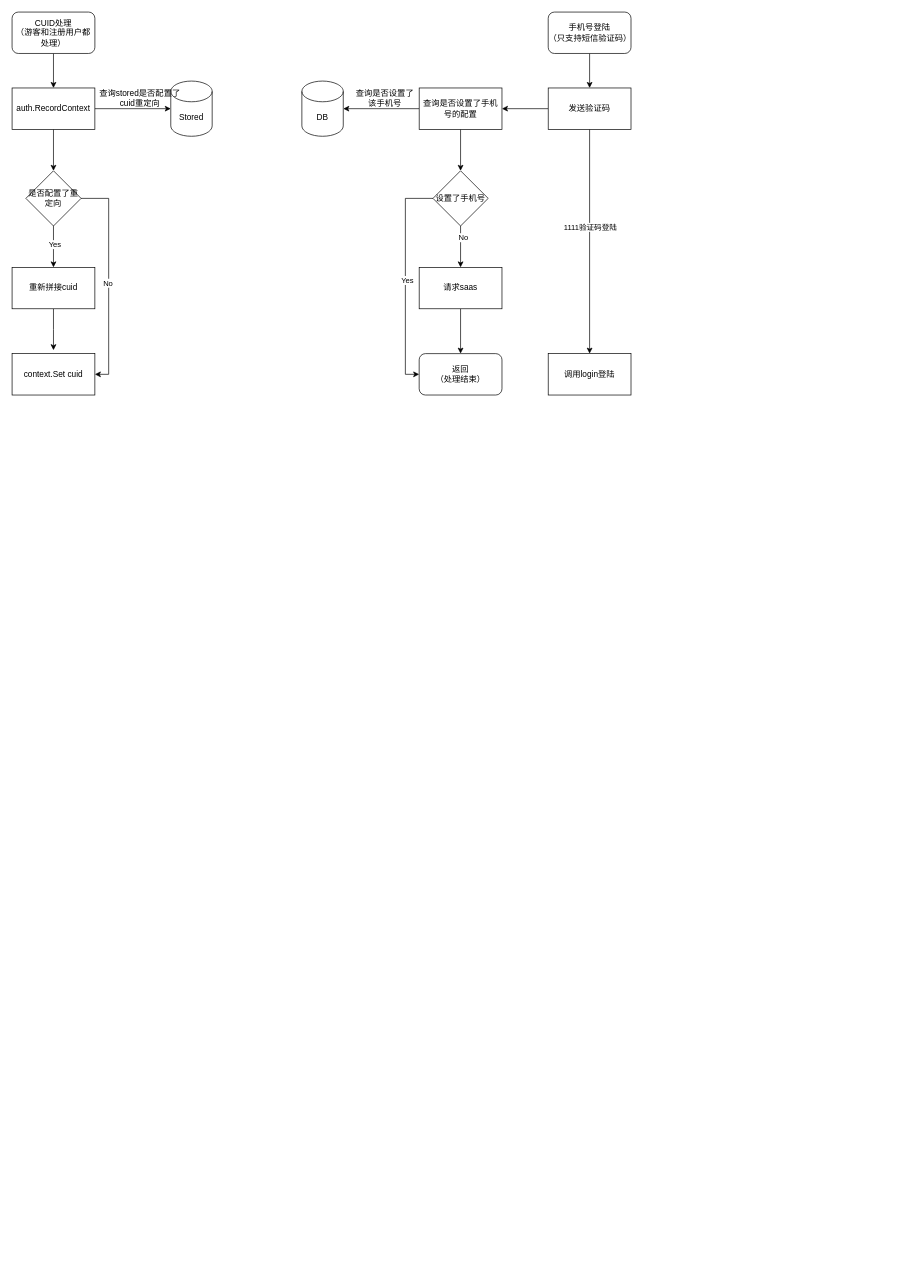
The draw.io diagram 模拟新账户.drawio in wgyuuu/flow_chart, before the edit. Source tidied: cells renumbered, new cells numbered last; positions are measured from the earlier drawing's top-left corner, leaving out a move shared by most shapes. Both pictures are drawn from the tidied source at 69%, with x=0, y=0 at pixel (12, 12).
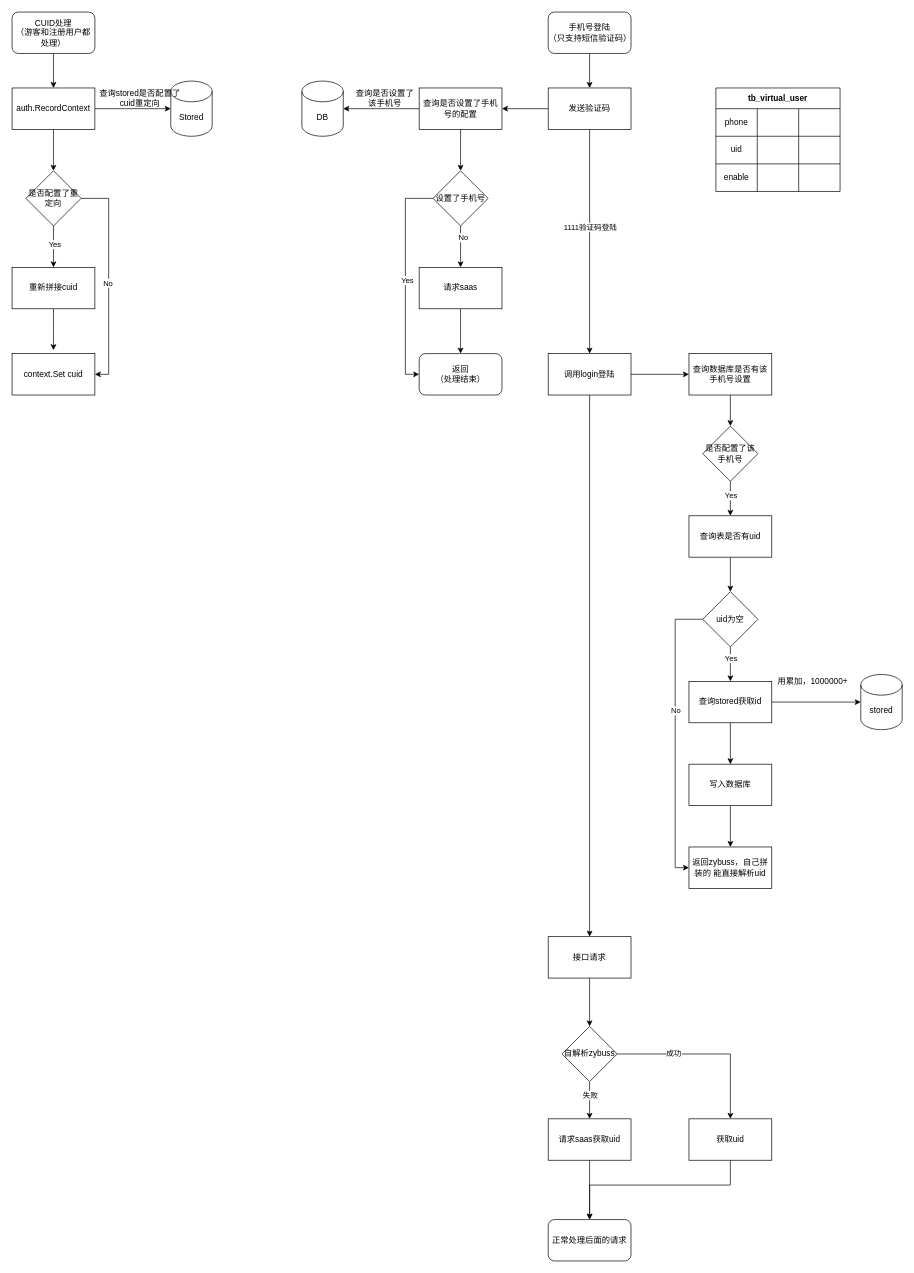
The same page after the edit.

Commit message (it also covers changes not shown here):
Update 模拟新账户.drawio

The change refers to these unchanged cells:
```xml
<mxCell id="36" value="调用login登陆" style="rounded=0;whiteSpace=wrap;html=1;" parent="1" vertex="1">
  <mxGeometry x="777" y="495" width="120" height="60" as="geometry" />
</mxCell>
```

The edit, as a diff of the source:
```diff
@@
+    <mxCell id="37" style="edgeStyle=orthogonalEdgeStyle;rounded=0;jettySize=auto;html=1;entryX=0;entryY=0.5;entryDx=0;entryDy=0;" parent="1" edge="1" source="36" target="40">
+      <mxGeometry relative="1" as="geometry" />
+    </mxCell>
+    <mxCell id="38" style="edgeStyle=orthogonalEdgeStyle;rounded=0;jettySize=auto;html=1;" parent="1" edge="1" source="36" target="73">
+      <mxGeometry relative="1" as="geometry" />
+    </mxCell>
@@
+    <mxCell id="39" style="edgeStyle=orthogonalEdgeStyle;rounded=0;jettySize=auto;html=1;entryX=0.5;entryY=0;entryDx=0;entryDy=0;" parent="1" edge="1" source="40" target="43">
+      <mxGeometry relative="1" as="geometry" />
+    </mxCell>
+    <mxCell id="40" value="查询数据库是否有该手机号设置" style="rounded=0;whiteSpace=wrap;html=1;" parent="1" vertex="1">
+      <mxGeometry x="981" y="495" width="120" height="60" as="geometry" />
+    </mxCell>
+    <mxCell id="41" style="edgeStyle=orthogonalEdgeStyle;rounded=0;jettySize=auto;html=1;entryX=0.5;entryY=0;entryDx=0;entryDy=0;" parent="1" edge="1" source="43" target="45">
+      <mxGeometry relative="1" as="geometry" />
+    </mxCell>
+    <mxCell id="42" value="Yes" style="edgeLabel;html=1;align=center;verticalAlign=middle;" parent="41" vertex="1">
+      <mxGeometry x="-0.2" relative="1" as="geometry" />
+    </mxCell>
+    <mxCell id="43" value="是否配置了该手机号" style="rhombus;whiteSpace=wrap;html=1;" parent="1" vertex="1">
+      <mxGeometry x="1001" y="600" width="80" height="80" as="geometry" />
+    </mxCell>
+    <mxCell id="44" style="edgeStyle=orthogonalEdgeStyle;rounded=0;jettySize=auto;html=1;entryX=0.5;entryY=0;entryDx=0;entryDy=0;" parent="1" edge="1" source="45" target="63">
+      <mxGeometry relative="1" as="geometry" />
+    </mxCell>
+    <mxCell id="45" value="查询表是否有uid" style="rounded=0;whiteSpace=wrap;html=1;" parent="1" vertex="1">
+      <mxGeometry x="981" y="730" width="120" height="60" as="geometry" />
+    </mxCell>
+    <mxCell id="46" value="tb_virtual_user" style="shape=table;startSize=30;childLayout=tableLayout;fontStyle=1;align=center;" parent="1" vertex="1">
+      <mxGeometry x="1020" y="110" width="180" height="150" as="geometry" />
+    </mxCell>
+    <mxCell id="47" style="shape=partialRectangle;html=1;whiteSpace=wrap;fillColor=none;top=0;left=0;bottom=0;right=0;" parent="46" vertex="1">
+      <mxGeometry y="30" width="180" height="40" as="geometry" />
+    </mxCell>
+    <mxCell id="48" value="phone" style="shape=partialRectangle;html=1;whiteSpace=wrap;fillColor=none;top=0;left=0;bottom=0;right=0;overflow=hidden;" parent="47" vertex="1">
+      <mxGeometry width="60" height="40" as="geometry" />
+    </mxCell>
+    <mxCell id="49" style="shape=partialRectangle;html=1;whiteSpace=wrap;fillColor=none;top=0;left=0;bottom=0;right=0;overflow=hidden;" parent="47" vertex="1">
+      <mxGeometry x="60" width="60" height="40" as="geometry" />
+    </mxCell>
+    <mxCell id="50" style="shape=partialRectangle;html=1;whiteSpace=wrap;fillColor=none;top=0;left=0;bottom=0;right=0;overflow=hidden;" parent="47" vertex="1">
+      <mxGeometry x="120" width="60" height="40" as="geometry" />
+    </mxCell>
+    <mxCell id="51" style="shape=partialRectangle;html=1;whiteSpace=wrap;fillColor=none;top=0;left=0;bottom=0;right=0;" parent="46" vertex="1">
+      <mxGeometry y="70" width="180" height="40" as="geometry" />
+    </mxCell>
+    <mxCell id="52" value="uid" style="shape=partialRectangle;html=1;whiteSpace=wrap;fillColor=none;top=0;left=0;bottom=0;right=0;overflow=hidden;" parent="51" vertex="1">
+      <mxGeometry width="60" height="40" as="geometry" />
+    </mxCell>
+    <mxCell id="53" style="shape=partialRectangle;html=1;whiteSpace=wrap;fillColor=none;top=0;left=0;bottom=0;right=0;overflow=hidden;" parent="51" vertex="1">
+      <mxGeometry x="60" width="60" height="40" as="geometry" />
+    </mxCell>
+    <mxCell id="54" style="shape=partialRectangle;html=1;whiteSpace=wrap;fillColor=none;top=0;left=0;bottom=0;right=0;overflow=hidden;" parent="51" vertex="1">
+      <mxGeometry x="120" width="60" height="40" as="geometry" />
+    </mxCell>
+    <mxCell id="55" style="shape=partialRectangle;html=1;whiteSpace=wrap;fillColor=none;top=0;left=0;bottom=0;right=0;" parent="46" vertex="1">
+      <mxGeometry y="110" width="180" height="40" as="geometry" />
+    </mxCell>
+    <mxCell id="56" value="enable" style="shape=partialRectangle;html=1;whiteSpace=wrap;fillColor=none;top=0;left=0;bottom=0;right=0;overflow=hidden;" parent="55" vertex="1">
+      <mxGeometry width="60" height="40" as="geometry" />
+    </mxCell>
+    <mxCell id="57" style="shape=partialRectangle;html=1;whiteSpace=wrap;fillColor=none;top=0;left=0;bottom=0;right=0;overflow=hidden;" parent="55" vertex="1">
+      <mxGeometry x="60" width="60" height="40" as="geometry" />
+    </mxCell>
+    <mxCell id="58" value="&lt;br&gt;" style="shape=partialRectangle;html=1;whiteSpace=wrap;fillColor=none;top=0;left=0;bottom=0;right=0;overflow=hidden;" parent="55" vertex="1">
+      <mxGeometry x="120" width="60" height="40" as="geometry" />
+    </mxCell>
+    <mxCell id="59" style="edgeStyle=orthogonalEdgeStyle;rounded=0;jettySize=auto;html=1;entryX=0.5;entryY=0;entryDx=0;entryDy=0;" parent="1" edge="1" source="63" target="66">
+      <mxGeometry relative="1" as="geometry" />
+    </mxCell>
+    <mxCell id="60" value="Yes" style="edgeLabel;html=1;align=center;verticalAlign=middle;" parent="59" vertex="1">
+      <mxGeometry x="-0.36" relative="1" as="geometry" />
+    </mxCell>
+    <mxCell id="61" style="edgeStyle=orthogonalEdgeStyle;rounded=0;jettySize=auto;html=1;entryX=0;entryY=0.5;entryDx=0;entryDy=0;" parent="1" edge="1" source="63" target="71">
+      <mxGeometry relative="1" as="geometry">
+        <Array as="points">
+          <mxPoint x="961" y="880" />
+          <mxPoint x="961" y="1240" />
+        </Array>
+      </mxGeometry>
+    </mxCell>
+    <mxCell id="62" value="No" style="edgeLabel;html=1;align=center;verticalAlign=middle;" parent="61" vertex="1">
+      <mxGeometry x="-0.18" relative="1" as="geometry" />
+    </mxCell>
+    <mxCell id="63" value="uid为空" style="rhombus;whiteSpace=wrap;html=1;" parent="1" vertex="1">
+      <mxGeometry x="1001" y="840" width="80" height="80" as="geometry" />
+    </mxCell>
+    <mxCell id="64" style="edgeStyle=orthogonalEdgeStyle;rounded=0;jettySize=auto;html=1;entryX=0;entryY=0.5;entryDx=0;entryDy=0;entryPerimeter=0;" parent="1" edge="1" source="66" target="67">
+      <mxGeometry relative="1" as="geometry" />
+    </mxCell>
+    <mxCell id="65" style="edgeStyle=orthogonalEdgeStyle;rounded=0;jettySize=auto;html=1;entryX=0.5;entryY=0;entryDx=0;entryDy=0;" parent="1" edge="1" source="66" target="70">
+      <mxGeometry relative="1" as="geometry" />
+    </mxCell>
+    <mxCell id="66" value="查询stored获取id" style="rounded=0;whiteSpace=wrap;html=1;" parent="1" vertex="1">
+      <mxGeometry x="981" y="970" width="120" height="60" as="geometry" />
+    </mxCell>
+    <mxCell id="67" value="stored" style="shape=cylinder3;whiteSpace=wrap;html=1;boundedLbl=1;backgroundOutline=1;size=15;" parent="1" vertex="1">
+      <mxGeometry x="1230" y="960" width="60" height="80" as="geometry" />
+    </mxCell>
+    <mxCell id="68" value="用累加，1000000+" style="text;html=1;align=center;verticalAlign=middle;strokeColor=none;" parent="1" vertex="1">
+      <mxGeometry x="1100" y="960" width="120" height="20" as="geometry" />
+    </mxCell>
+    <mxCell id="69" style="edgeStyle=orthogonalEdgeStyle;rounded=0;jettySize=auto;html=1;entryX=0.5;entryY=0;entryDx=0;entryDy=0;" parent="1" edge="1" source="70" target="71">
+      <mxGeometry relative="1" as="geometry" />
+    </mxCell>
+    <mxCell id="70" value="写入数据库" style="rounded=0;whiteSpace=wrap;html=1;" parent="1" vertex="1">
+      <mxGeometry x="981" y="1090" width="120" height="60" as="geometry" />
+    </mxCell>
+    <mxCell id="71" value="返回zybuss，自己拼装的 能直接解析uid" style="rounded=0;whiteSpace=wrap;html=1;" parent="1" vertex="1">
+      <mxGeometry x="981" y="1210" width="120" height="60" as="geometry" />
+    </mxCell>
+    <mxCell id="72" style="edgeStyle=orthogonalEdgeStyle;rounded=0;jettySize=auto;html=1;entryX=0.5;entryY=0;entryDx=0;entryDy=0;" parent="1" edge="1" source="73" target="78">
+      <mxGeometry relative="1" as="geometry" />
+    </mxCell>
+    <mxCell id="73" value="接口请求" style="rounded=0;whiteSpace=wrap;html=1;" parent="1" vertex="1">
+      <mxGeometry x="777" y="1340" width="120" height="60" as="geometry" />
+    </mxCell>
+    <mxCell id="74" style="edgeStyle=orthogonalEdgeStyle;rounded=0;jettySize=auto;html=1;entryX=0.5;entryY=0;entryDx=0;entryDy=0;" parent="1" edge="1" source="78" target="82">
+      <mxGeometry relative="1" as="geometry" />
+    </mxCell>
+    <mxCell id="75" value="失败" style="edgeLabel;html=1;align=center;verticalAlign=middle;" parent="74" vertex="1">
+      <mxGeometry x="-0.3" relative="1" as="geometry" />
+    </mxCell>
+    <mxCell id="76" style="edgeStyle=orthogonalEdgeStyle;rounded=0;jettySize=auto;html=1;entryX=0.5;entryY=0;entryDx=0;entryDy=0;" parent="1" edge="1" source="78" target="80">
+      <mxGeometry relative="1" as="geometry" />
+    </mxCell>
+    <mxCell id="77" value="成功" style="edgeLabel;html=1;align=center;verticalAlign=middle;" parent="76" vertex="1">
+      <mxGeometry x="-0.37" y="1" relative="1" as="geometry" />
+    </mxCell>
+    <mxCell id="78" value="自解析zybuss" style="rhombus;whiteSpace=wrap;html=1;" parent="1" vertex="1">
+      <mxGeometry x="797" y="1470" width="80" height="80" as="geometry" />
+    </mxCell>
+    <mxCell id="79" style="edgeStyle=orthogonalEdgeStyle;rounded=0;jettySize=auto;html=1;entryX=0.5;entryY=0;entryDx=0;entryDy=0;" parent="1" edge="1" source="80" target="83">
+      <mxGeometry relative="1" as="geometry">
+        <Array as="points">
+          <mxPoint x="1041" y="1700" />
+          <mxPoint x="837" y="1700" />
+        </Array>
+      </mxGeometry>
+    </mxCell>
+    <mxCell id="80" value="获取uid" style="rounded=0;whiteSpace=wrap;html=1;" parent="1" vertex="1">
+      <mxGeometry x="981" y="1604" width="120" height="60" as="geometry" />
+    </mxCell>
+    <mxCell id="81" style="edgeStyle=orthogonalEdgeStyle;rounded=0;jettySize=auto;html=1;" parent="1" edge="1" source="82" target="83">
+      <mxGeometry relative="1" as="geometry" />
+    </mxCell>
+    <mxCell id="82" value="请求saas获取uid" style="rounded=0;whiteSpace=wrap;html=1;" parent="1" vertex="1">
+      <mxGeometry x="777" y="1604" width="120" height="60" as="geometry" />
+    </mxCell>
+    <mxCell id="83" value="正常处理后面的请求" style="rounded=1;whiteSpace=wrap;html=1;" parent="1" vertex="1">
+      <mxGeometry x="777" y="1750" width="120" height="60" as="geometry" />
+    </mxCell>
```
